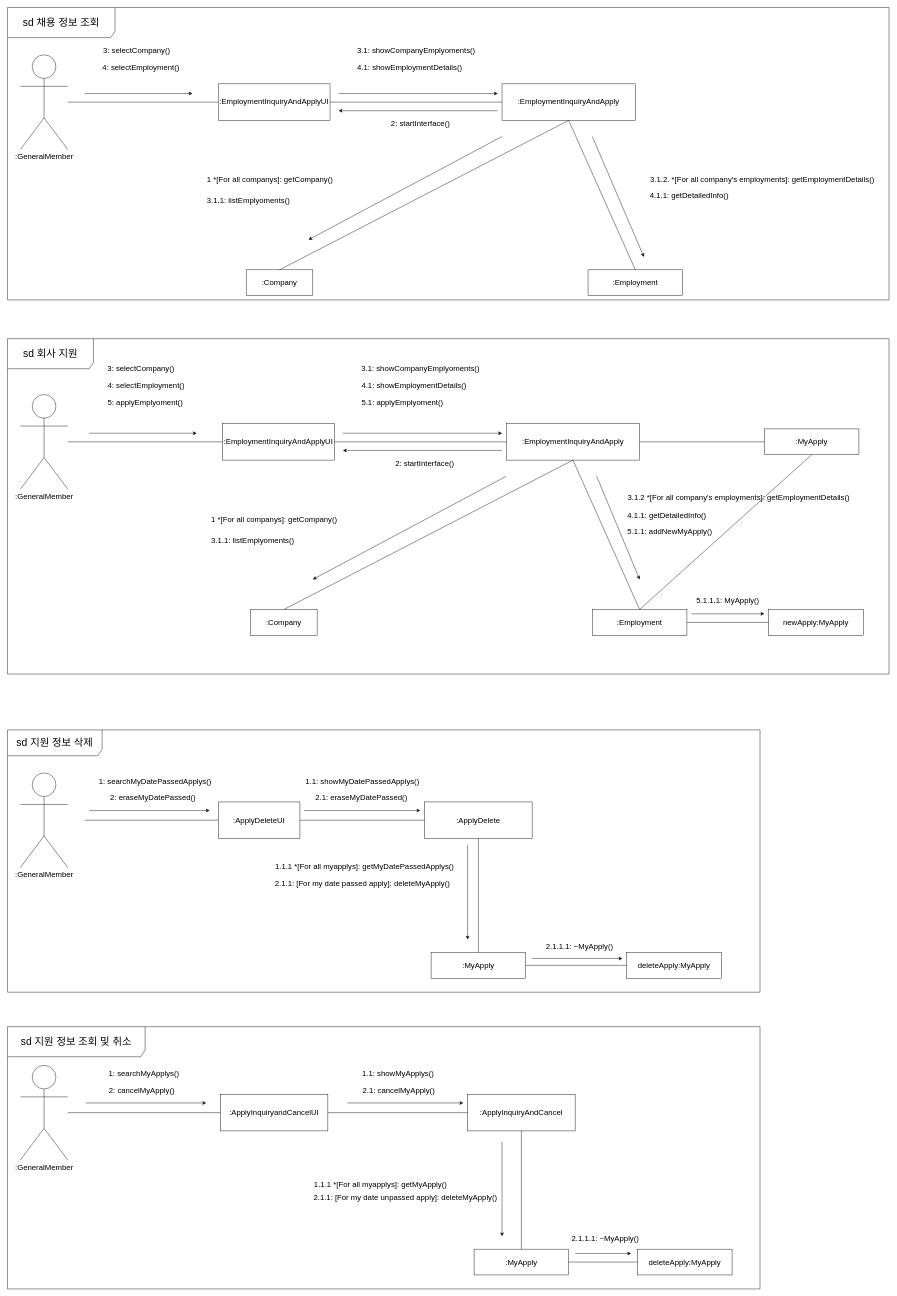
Earlier version of the draw.io diagram communication-diagram-JYK.drawio (yongun2/2023-hongik-software-engineering). Source tidied: cells renumbered, new cells numbered last; positions are measured from the earlier drawing's top-left corner, leaving out a move shared by most shapes. Both pictures are drawn from the tidied source at 43%, with x=0, y=0 at pixel (7, 7).
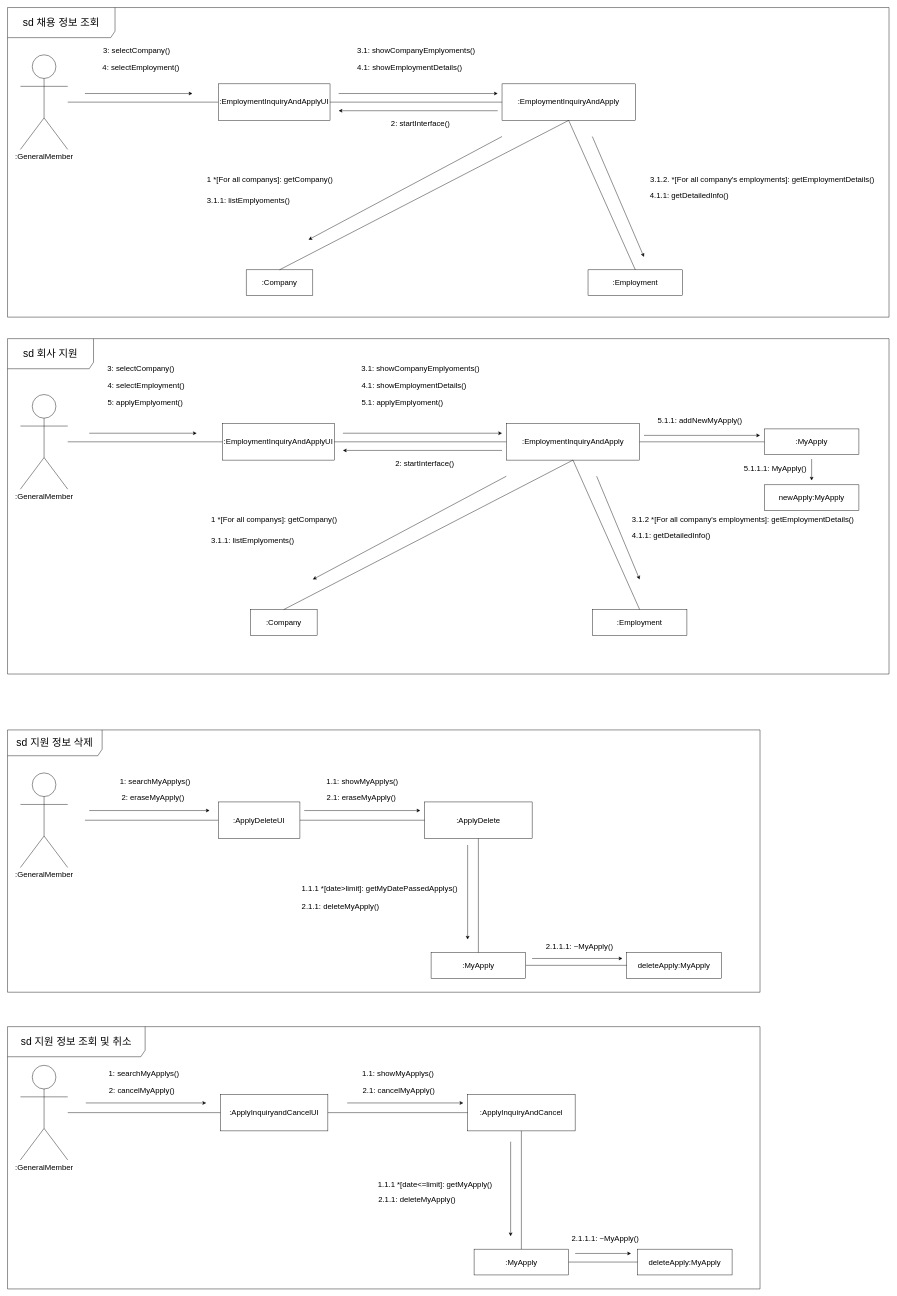
The same page after the edit.

Commit message:
김재윤 communication diagram 수정

The change refers to these unchanged cells:
```xml
<mxCell id="8" value="&lt;font style=&quot;font-size: 18px;&quot;&gt;:Employment&lt;/font&gt;" style="rounded=0;whiteSpace=wrap;html=1;" parent="1" vertex="1">
  <mxGeometry x="1360" y="1400" width="220" height="60" as="geometry" />
</mxCell>
<mxCell id="25" value="&lt;font style=&quot;font-size: 18px;&quot;&gt;:MyApply&lt;/font&gt;" style="rounded=0;whiteSpace=wrap;html=1;" parent="1" vertex="1">
  <mxGeometry x="1760" y="980" width="220" height="60" as="geometry" />
</mxCell>
```

Change to the diagram source:
```diff
@@
     <mxCell id="21" value="&lt;font style=&quot;font-size: 18px;&quot;&gt;3.1.2 *[For all company's employments]: getEmploymentDetails()&lt;/font&gt;" style="text;html=1;align=center;verticalAlign=middle;strokeColor=none;fillColor=none;" parent="1" vertex="1">
-      <mxGeometry x="1430" y="1120" width="540" height="40" as="geometry" />
+      <mxGeometry x="1440" y="1170" width="540" height="40" as="geometry" />
     </mxCell>
@@
     <mxCell id="23" value="&lt;span style=&quot;color: rgb(0, 0, 0); font-family: Helvetica; font-size: 18px; font-style: normal; font-variant-ligatures: normal; font-variant-caps: normal; font-weight: 400; letter-spacing: normal; orphans: 2; text-align: center; text-indent: 0px; text-transform: none; widows: 2; word-spacing: 0px; -webkit-text-stroke-width: 0px; background-color: rgb(251, 251, 251); text-decoration-thickness: initial; text-decoration-style: initial; text-decoration-color: initial; float: none; display: inline !important;&quot;&gt;4.1.1: getDetailedInfo()&lt;/span&gt;" style="text;whiteSpace=wrap;html=1;" parent="1" vertex="1">
-      <mxGeometry x="1440" y="1165" width="560" height="50" as="geometry" />
+      <mxGeometry x="1450" y="1210" width="560" height="50" as="geometry" />
     </mxCell>
@@
     <mxCell id="28" value="&lt;font style=&quot;font-size: 18px;&quot;&gt;5.1.1: addNewMyApply()&lt;/font&gt;" style="text;html=1;align=center;verticalAlign=middle;strokeColor=none;fillColor=none;" parent="1" vertex="1">
-      <mxGeometry x="1430" y="1200" width="220" height="40" as="geometry" />
+      <mxGeometry x="1500" y="940" width="220" height="40" as="geometry" />
     </mxCell>
     <mxCell id="29" value="&lt;font style=&quot;font-size: 18px;&quot;&gt;newApply:MyApply&lt;/font&gt;" style="rounded=0;whiteSpace=wrap;html=1;" parent="1" vertex="1">
-      <mxGeometry x="1770" y="1400" width="220" height="60" as="geometry" />
+      <mxGeometry x="1760" y="1110" width="220" height="60" as="geometry" />
     </mxCell>
     <mxCell id="30" value="&lt;font style=&quot;font-size: 18px;&quot;&gt;5.1.1.1: MyApply()&lt;/font&gt;" style="text;html=1;align=center;verticalAlign=middle;strokeColor=none;fillColor=none;" parent="1" vertex="1">
-      <mxGeometry x="1590" y="1360" width="170" height="40" as="geometry" />
+      <mxGeometry x="1700" y="1052.5" width="170" height="40" as="geometry" />
     </mxCell>
-    <mxCell id="31" style="endArrow=none;html=1;rounded=0;entryX=0.5;entryY=1;entryDx=0;entryDy=0;exitX=0.5;exitY=0;exitDx=0;exitDy=0;" parent="1" edge="1" source="8" target="25">
-      <mxGeometry relative="1" as="geometry" />
-    </mxCell>
@@
-    <mxCell id="33" style="endArrow=none;html=1;rounded=0;exitX=1;exitY=0.5;exitDx=0;exitDy=0;entryX=0;entryY=0.5;entryDx=0;entryDy=0;" parent="1" edge="1" source="8" target="29">
-      <mxGeometry relative="1" as="geometry" />
-    </mxCell>
-    <mxCell id="34" style="endArrow=classic;html=1;rounded=0;" parent="1" edge="1">
-      <mxGeometry relative="1" as="geometry">
-        <mxPoint x="1590" y="1410" as="sourcePoint" />
-        <mxPoint x="1760" y="1410" as="targetPoint" />
-      </mxGeometry>
-    </mxCell>
@@
-    <mxCell id="41" value="&lt;font style=&quot;font-size: 18px;&quot;&gt;1: searchMyDatePassedApplys()&lt;/font&gt;" style="text;html=1;align=center;verticalAlign=middle;strokeColor=none;fillColor=none;" parent="1" vertex="1">
-      <mxGeometry x="198" y="1780" width="290" height="40" as="geometry" />
+    <mxCell id="41" value="&lt;font style=&quot;font-size: 18px;&quot;&gt;1: searchMyApplys()&lt;/font&gt;" style="text;html=1;align=center;verticalAlign=middle;strokeColor=none;fillColor=none;" parent="1" vertex="1">
+      <mxGeometry x="248" y="1780" width="190" height="40" as="geometry" />
     </mxCell>
@@
-    <mxCell id="43" value="&lt;font style=&quot;font-size: 18px;&quot;&gt;1.1: showMyDatePassedApplys()&lt;/font&gt;" style="text;html=1;align=center;verticalAlign=middle;strokeColor=none;fillColor=none;" parent="1" vertex="1">
-      <mxGeometry x="680" y="1780" width="290" height="40" as="geometry" />
+    <mxCell id="43" value="&lt;font style=&quot;font-size: 18px;&quot;&gt;1.1: showMyApplys()&lt;/font&gt;" style="text;html=1;align=center;verticalAlign=middle;strokeColor=none;fillColor=none;" parent="1" vertex="1">
+      <mxGeometry x="730" y="1780" width="190" height="40" as="geometry" />
     </mxCell>
-    <mxCell id="44" value="&lt;font style=&quot;font-size: 18px;&quot;&gt;1.1.1 *[For all myapplys]: getMyDatePassedApplys()&lt;/font&gt;" style="text;html=1;align=center;verticalAlign=middle;strokeColor=none;fillColor=none;" parent="1" vertex="1">
-      <mxGeometry x="610" y="1977.5" width="440" height="40" as="geometry" />
+    <mxCell id="44" value="&lt;font style=&quot;font-size: 18px;&quot;&gt;1.1.1 *[date&amp;gt;limit]: getMyDatePassedApplys()&lt;/font&gt;" style="text;html=1;align=center;verticalAlign=middle;strokeColor=none;fillColor=none;" parent="1" vertex="1">
+      <mxGeometry x="670" y="2030" width="390" height="40" as="geometry" />
     </mxCell>
-    <mxCell id="45" value="&lt;font style=&quot;font-size: 18px;&quot;&gt;2: eraseMyDatePassed()&lt;/font&gt;" style="text;html=1;align=center;verticalAlign=middle;strokeColor=none;fillColor=none;" parent="1" vertex="1">
-      <mxGeometry x="228" y="1817.5" width="220" height="40" as="geometry" />
+    <mxCell id="45" value="&lt;font style=&quot;font-size: 18px;&quot;&gt;2: eraseMyApply()&lt;/font&gt;" style="text;html=1;align=center;verticalAlign=middle;strokeColor=none;fillColor=none;" parent="1" vertex="1">
+      <mxGeometry x="253" y="1817.5" width="170" height="40" as="geometry" />
     </mxCell>
-    <mxCell id="46" value="&lt;font style=&quot;font-size: 18px;&quot;&gt;&amp;nbsp; &amp;nbsp; &amp;nbsp;2.1: eraseMyDatePassed()&lt;/font&gt;" style="text;html=1;align=center;verticalAlign=middle;strokeColor=none;fillColor=none;" parent="1" vertex="1">
-      <mxGeometry x="680" y="1817.5" width="260" height="40" as="geometry" />
+    <mxCell id="46" value="&lt;font style=&quot;font-size: 18px;&quot;&gt;&amp;nbsp; &amp;nbsp; &amp;nbsp;2.1: eraseMyApply()&lt;/font&gt;" style="text;html=1;align=center;verticalAlign=middle;strokeColor=none;fillColor=none;" parent="1" vertex="1">
+      <mxGeometry x="705" y="1817.5" width="210" height="40" as="geometry" />
     </mxCell>
@@
-    <mxCell id="48" value="&lt;font style=&quot;font-size: 18px;&quot;&gt;2.1.1: [For my date passed apply]: deleteMyApply()&lt;/font&gt;" style="text;html=1;align=center;verticalAlign=middle;strokeColor=none;fillColor=none;" parent="1" vertex="1">
-      <mxGeometry x="610" y="2017.5" width="430" height="40" as="geometry" />
+    <mxCell id="48" value="&lt;font style=&quot;font-size: 18px;&quot;&gt;2.1.1: deleteMyApply()&lt;/font&gt;" style="text;html=1;align=center;verticalAlign=middle;strokeColor=none;fillColor=none;" parent="1" vertex="1">
+      <mxGeometry x="674" y="2070" width="200" height="40" as="geometry" />
     </mxCell>
@@
     <mxCell id="68" style="endArrow=classic;html=1;rounded=0;" parent="1" edge="1">
       <mxGeometry relative="1" as="geometry">
-        <mxPoint x="1150" y="2637.5" as="sourcePoint" />
-        <mxPoint x="1150" y="2857.5" as="targetPoint" />
+        <mxPoint x="1170" y="2637.5" as="sourcePoint" />
+        <mxPoint x="1170" y="2857.5" as="targetPoint" />
       </mxGeometry>
     </mxCell>
-    <mxCell id="69" value="&lt;font style=&quot;font-size: 18px;&quot;&gt;1.1.1 *[For all myapplys]: getMyApply()&lt;/font&gt;" style="text;html=1;align=center;verticalAlign=middle;strokeColor=none;fillColor=none;" parent="1" vertex="1">
-      <mxGeometry x="702" y="2717.5" width="330" height="40" as="geometry" />
+    <mxCell id="69" value="&lt;font style=&quot;font-size: 18px;&quot;&gt;1.1.1 *[date&amp;lt;=limit]: getMyApply()&lt;/font&gt;" style="text;html=1;align=center;verticalAlign=middle;strokeColor=none;fillColor=none;" parent="1" vertex="1">
+      <mxGeometry x="849" y="2718" width="290" height="40" as="geometry" />
     </mxCell>
@@
-    <mxCell id="73" value="&lt;font style=&quot;font-size: 18px;&quot;&gt;2.1.1: [For my date unpassed apply]: deleteMyApply()&lt;/font&gt;" style="text;html=1;align=center;verticalAlign=middle;strokeColor=none;fillColor=none;" parent="1" vertex="1">
-      <mxGeometry x="700" y="2747.5" width="450" height="40" as="geometry" />
+    <mxCell id="73" value="&lt;font style=&quot;font-size: 18px;&quot;&gt;2.1.1: deleteMyApply()&lt;/font&gt;" style="text;html=1;align=center;verticalAlign=middle;strokeColor=none;fillColor=none;" parent="1" vertex="1">
+      <mxGeometry x="852" y="2751.5" width="200" height="40" as="geometry" />
     </mxCell>
@@
     <mxCell id="78" value="&lt;font style=&quot;font-size: 24px;&quot;&gt;sd 채용 정보 조회&lt;/font&gt;" style="shape=umlFrame;whiteSpace=wrap;html=1;width=250;height=70;" parent="1" vertex="1">
-      <mxGeometry width="2050" height="680" as="geometry" />
+      <mxGeometry width="2050" height="720" as="geometry" />
     </mxCell>
@@
+    <mxCell id="102" style="endArrow=classic;html=1;rounded=0;" parent="1" edge="1">
+      <mxGeometry relative="1" as="geometry">
+        <mxPoint x="1480" y="995" as="sourcePoint" />
+        <mxPoint x="1750" y="995" as="targetPoint" />
+      </mxGeometry>
+    </mxCell>
+    <mxCell id="103" style="endArrow=classic;html=1;rounded=0;" parent="1" edge="1">
+      <mxGeometry relative="1" as="geometry">
+        <mxPoint x="1870" y="1050" as="sourcePoint" />
+        <mxPoint x="1870" y="1100" as="targetPoint" />
+      </mxGeometry>
+    </mxCell>
```
